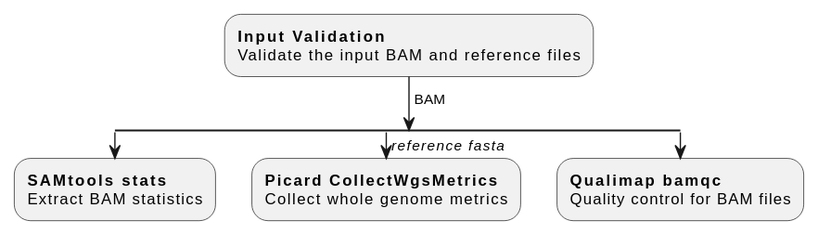
This is docs/sqc-bam-flow.svg from uclahs-cds/pipeline-generate-SQC-BAM, a PlantUML export, as it was before one commit.
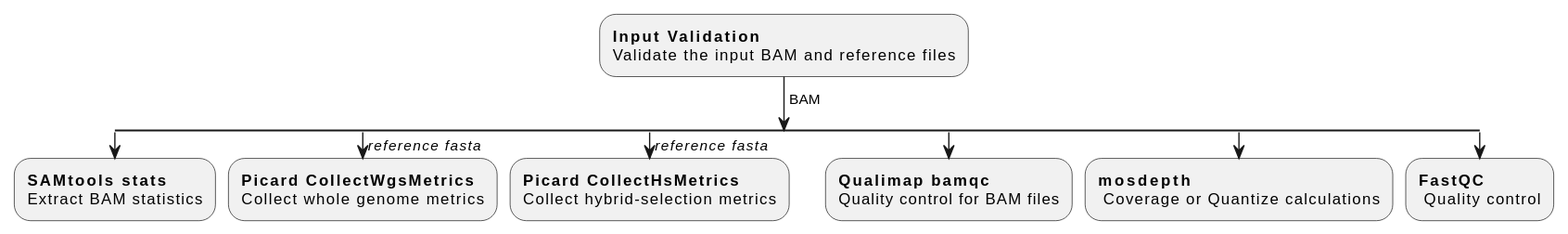
The same diagram one commit later.

What changed in the source:
```diff
@@ -10,7 +10,17 @@
   :**Picard CollectWgsMetrics**\nCollect whole genome metrics;
   kill
 split again
+  -> //reference fasta//;
+  :**Picard CollectHsMetrics**\nCollect hybrid-selection metrics;
+  kill
+split again
   :**Qualimap bamqc**\nQuality control for BAM files;
+  kill
+split again
+  :**mosdepth**\n Coverage or Quantize calculations;
+  kill
+split again
+  :**FastQC**\n Quality control;
   kill
 end split
 @enduml
```
